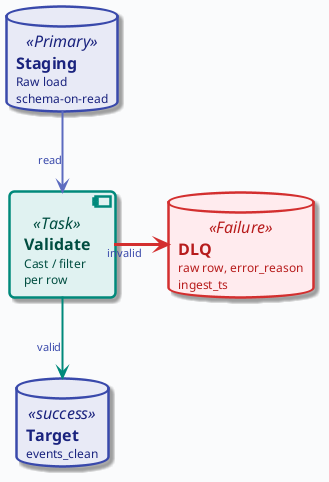
Above: diagrams/week04/week4_dlq_flow.png in OrPerets/data-engineering-course (PlantUML), before the change. The source it was exported from:
```plantuml
@startuml

!include ../_template_styles.puml

left to right direction

database "**Staging**\n<size:12>Raw load</size>\n<size:12>schema-on-read</size>" as STG <<Primary>>

component "**Validate**\n<size:12>Cast / filter</size>\n<size:12>per row</size>" as VALID <<Task>>

database "**Target**\n<size:12>events_clean</size>" as TGT <<success>>

database "**DLQ**\n<size:12>raw row, error_reason</size>\n<size:12>ingest_ts</size>" as DLQ <<Failure>>

STG -right-> VALID : <size:11>read</size>
VALID -right[#00897B,thickness=2]-> TGT : <size:11>valid</size>
VALID -down[#D32F2F,thickness=3]-> DLQ : <size:11>invalid</size>

@enduml
```
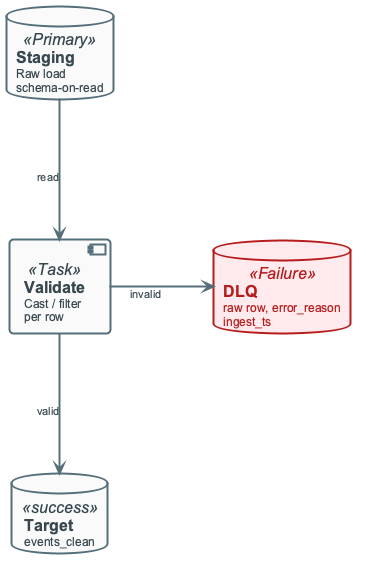
Above is the later version.

Change to the diagram source:
```diff
@@ -13,7 +13,7 @@
 database "**DLQ**\n<size:12>raw row, error_reason</size>\n<size:12>ingest_ts</size>" as DLQ <<Failure>>
 
 STG -right-> VALID : <size:11>read</size>
-VALID -right[#00897B,thickness=2]-> TGT : <size:11>valid</size>
-VALID -down[#D32F2F,thickness=3]-> DLQ : <size:11>invalid</size>
+VALID -right-> TGT : <size:11>valid</size>
+VALID -down-> DLQ : <size:11>invalid</size>
 
 @enduml
```
